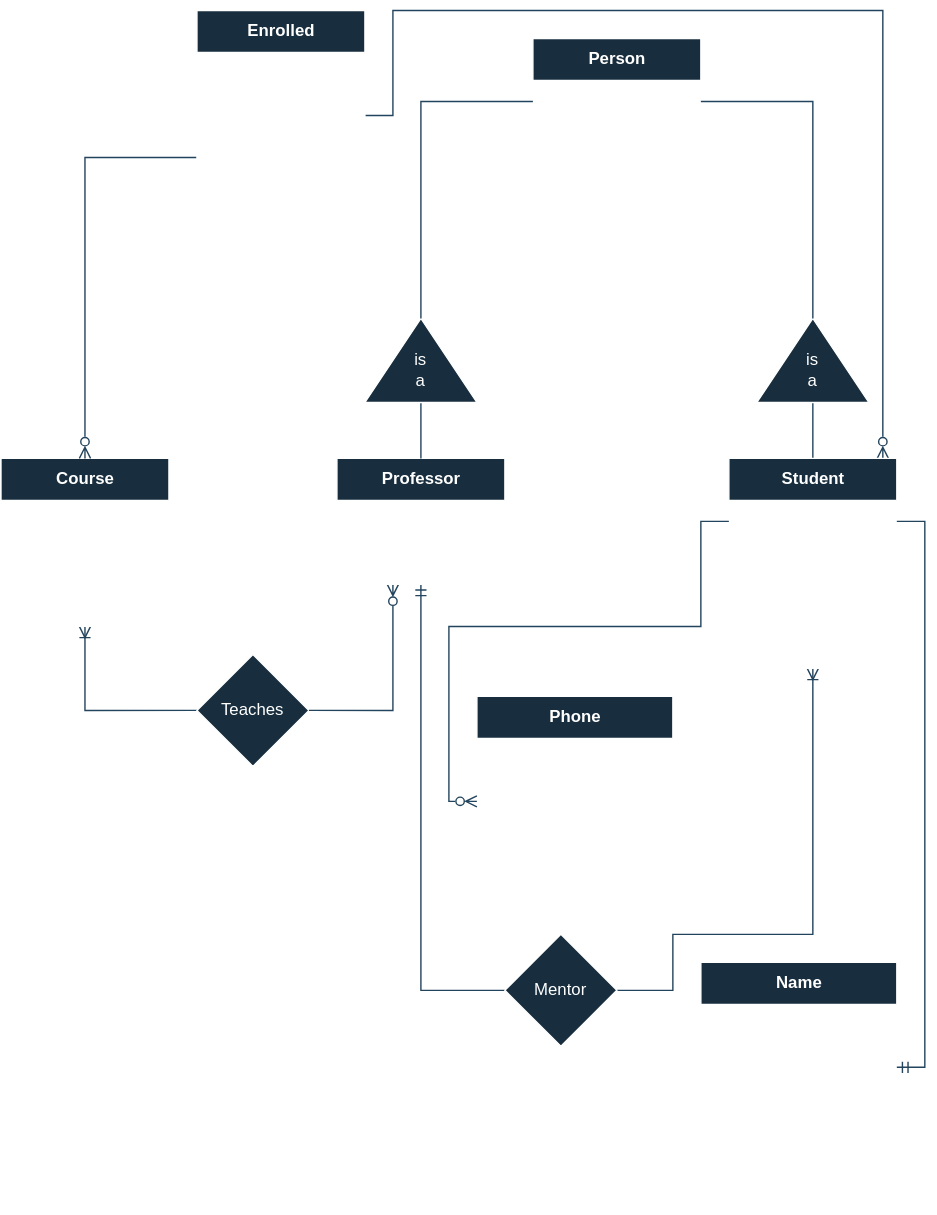
This is _2_projects/_2_2_university_relational_schema/UniversityRelationalSchema.svg from M4MD24/SQL-Database-Level-1-Part-of-Concepts-and-Practices-by-Programming-Advices, a draw.io export, as it was before one commit. Source tidied: cells renumbered, new cells last; positions are measured from the earlier drawing's top-left corner, leaving out a move shared by most shapes.
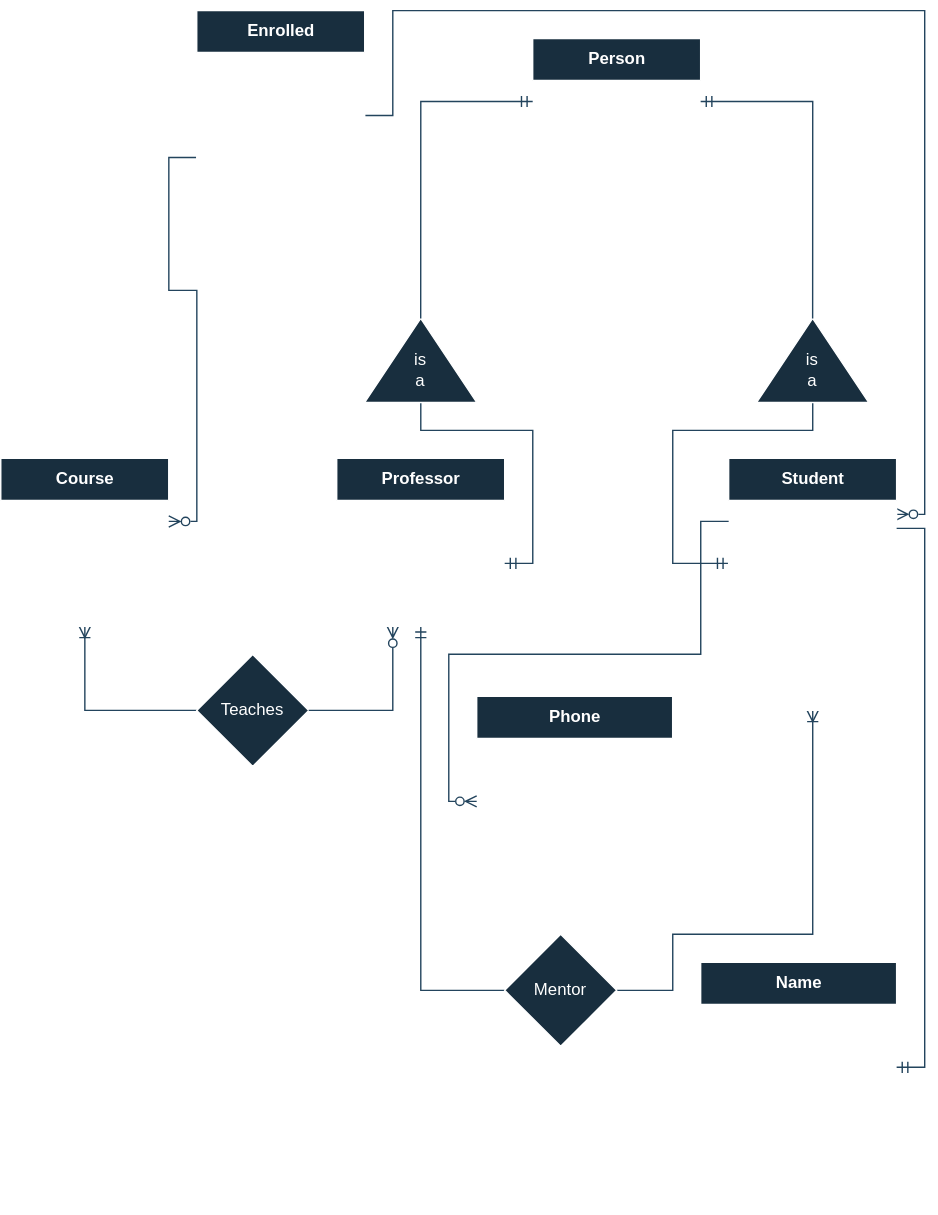
After the change.

Commit message:
Learn (Convert One-to-Many/Many-to-One to Relational Schema) Concept

What changed in the source:
```diff
@@ -57,7 +57,7 @@
       </mxGeometry>
     </mxCell>
     <mxCell id="16" value="Professor" style="shape=table;startSize=30;rowLines=0;fontStyle=1;align=center;html=1;labelBackgroundColor=none;fillColor=#182E3E;strokeColor=#FFFFFF;fontColor=#FFFFFF;" parent="1" vertex="1">
-      <mxGeometry x="240" y="320" width="120" height="90" as="geometry" />
+      <mxGeometry x="240" y="320" width="120" height="120" as="geometry" />
     </mxCell>
     <mxCell id="17" style="shape=tableRow;horizontal=0;startSize=0;swimlaneHead=0;swimlaneBody=0;fillColor=none;top=0;left=0;right=0;bottom=1;labelBackgroundColor=none;strokeColor=#FFFFFF;fontColor=#FFFFFF;" parent="16" vertex="1">
       <mxGeometry y="30" width="120" height="30" as="geometry" />
@@ -68,8 +68,17 @@
     <mxCell id="19" value="ID" style="shape=partialRectangle;fillColor=none;top=0;left=0;bottom=0;right=0;align=left;spacingLeft=6;fontStyle=5;overflow=hidden;whiteSpace=wrap;html=1;labelBackgroundColor=none;strokeColor=#FFFFFF;fontColor=#FFFFFF;" parent="17" vertex="1">
       <mxGeometry x="30" width="90" height="30" as="geometry" />
     </mxCell>
+    <mxCell id="100" style="shape=tableRow;horizontal=0;startSize=0;swimlaneHead=0;swimlaneBody=0;fillColor=none;points=[[0,0.5],[1,0.5]];portConstraint=eastwest;top=0;left=0;right=0;bottom=1;labelBackgroundColor=none;strokeColor=#FFFFFF;fontColor=#FFFFFF;" parent="16" vertex="1">
+      <mxGeometry y="60" width="120" height="30" as="geometry" />
+    </mxCell>
+    <mxCell id="101" value="FK" style="shape=partialRectangle;fillColor=none;top=0;left=0;bottom=0;right=0;fontStyle=1;overflow=hidden;whiteSpace=wrap;html=1;labelBackgroundColor=none;strokeColor=#FFFFFF;fontColor=#FFFFFF;" parent="100" vertex="1">
+      <mxGeometry width="30" height="30" as="geometry" />
+    </mxCell>
+    <mxCell id="102" value="PersonID" style="shape=partialRectangle;fillColor=none;top=0;left=0;bottom=0;right=0;align=left;spacingLeft=6;fontStyle=5;overflow=hidden;whiteSpace=wrap;html=1;labelBackgroundColor=none;strokeColor=#FFFFFF;fontColor=#FFFFFF;" parent="100" vertex="1">
+      <mxGeometry x="30" width="90" height="30" as="geometry" />
+    </mxCell>
     <mxCell id="20" style="shape=tableRow;horizontal=0;startSize=0;swimlaneHead=0;swimlaneBody=0;fillColor=none;top=0;left=0;right=0;bottom=0;labelBackgroundColor=none;strokeColor=#FFFFFF;fontColor=#FFFFFF;" parent="16" vertex="1">
-      <mxGeometry y="60" width="120" height="30" as="geometry" />
+      <mxGeometry y="90" width="120" height="30" as="geometry" />
     </mxCell>
     <mxCell id="21" style="shape=partialRectangle;fillColor=none;top=0;left=0;bottom=0;right=0;overflow=hidden;whiteSpace=wrap;html=1;labelBackgroundColor=none;strokeColor=#FFFFFF;fontColor=#FFFFFF;" parent="20" vertex="1">
       <mxGeometry width="30" height="30" as="geometry" />
@@ -98,26 +107,38 @@
     <mxCell id="29" value="Name" style="shape=partialRectangle;fillColor=none;top=0;left=0;bottom=0;right=0;align=left;spacingLeft=6;overflow=hidden;whiteSpace=wrap;html=1;labelBackgroundColor=none;strokeColor=#FFFFFF;fontColor=#FFFFFF;" parent="27" vertex="1">
       <mxGeometry x="30" width="90" height="30" as="geometry" />
     </mxCell>
-    <mxCell id="30" style="edgeStyle=orthogonalEdgeStyle;rounded=0;jettySize=auto;html=1;entryX=0.5;entryY=0;entryDx=0;entryDy=0;strokeColor=#23445D;align=center;verticalAlign=middle;fontFamily=Helvetica;fontSize=11;fontColor=default;labelBackgroundColor=default;startFill=0;endArrow=none;" parent="1" edge="1" source="31" target="16">
-      <mxGeometry relative="1" as="geometry" />
+    <mxCell id="30" style="edgeStyle=orthogonalEdgeStyle;rounded=0;jettySize=auto;html=1;strokeColor=#23445D;align=center;verticalAlign=middle;fontFamily=Helvetica;fontSize=11;fontColor=default;labelBackgroundColor=default;startFill=0;endArrow=ERmandOne;endFill=0;" parent="1" edge="1" source="31" target="100">
+      <mxGeometry relative="1" as="geometry">
+        <Array as="points">
+          <mxPoint x="300" y="300" />
+          <mxPoint x="380" y="300" />
+          <mxPoint x="380" y="395" />
+        </Array>
+      </mxGeometry>
     </mxCell>
     <mxCell id="31" value="&lt;div&gt;&lt;br&gt;&lt;/div&gt;is&lt;div&gt;a&lt;/div&gt;" style="triangle;whiteSpace=wrap;html=1;dashed=0;direction=north;strokeColor=#FFFFFF;fontColor=#FFFFFF;fillColor=#182E3E;points=[[0,0.25,0,0,0],[0,0.5,0,0,0],[0,0.75,0,0,0],[0.5,0,0,0,0],[0.5,1,0,0,0],[1,0.5,0,0,0]];" parent="1" vertex="1">
       <mxGeometry x="260" y="220" width="80" height="60" as="geometry" />
     </mxCell>
-    <mxCell id="32" style="edgeStyle=orthogonalEdgeStyle;rounded=0;jettySize=auto;html=1;entryX=1;entryY=0.5;entryDx=0;entryDy=0;entryPerimeter=0;strokeColor=#23445D;endArrow=none;startFill=0;" parent="1" edge="1" source="23" target="31">
+    <mxCell id="32" style="edgeStyle=orthogonalEdgeStyle;rounded=0;jettySize=auto;html=1;entryX=1;entryY=0.5;entryDx=0;entryDy=0;entryPerimeter=0;strokeColor=#23445D;endArrow=none;startFill=0;align=center;verticalAlign=middle;fontFamily=Helvetica;fontSize=11;fontColor=default;labelBackgroundColor=default;startArrow=ERmandOne;" parent="1" edge="1" source="23" target="31">
       <mxGeometry relative="1" as="geometry">
         <Array as="points">
           <mxPoint x="300" y="65" />
         </Array>
       </mxGeometry>
     </mxCell>
-    <mxCell id="33" style="edgeStyle=orthogonalEdgeStyle;rounded=0;jettySize=auto;html=1;entryX=0.5;entryY=0;entryDx=0;entryDy=0;strokeColor=#23445D;align=center;verticalAlign=middle;fontFamily=Helvetica;fontSize=11;fontColor=default;labelBackgroundColor=default;startFill=0;endArrow=none;" parent="1" edge="1" source="34" target="38">
-      <mxGeometry relative="1" as="geometry" />
+    <mxCell id="33" style="edgeStyle=orthogonalEdgeStyle;rounded=0;jettySize=auto;html=1;strokeColor=#23445D;align=center;verticalAlign=middle;fontFamily=Helvetica;fontSize=11;fontColor=default;labelBackgroundColor=default;startFill=0;endArrow=ERmandOne;endFill=0;" parent="1" edge="1" source="34" target="103">
+      <mxGeometry relative="1" as="geometry">
+        <Array as="points">
+          <mxPoint x="580" y="300" />
+          <mxPoint x="480" y="300" />
+          <mxPoint x="480" y="395" />
+        </Array>
+      </mxGeometry>
     </mxCell>
     <mxCell id="34" value="&lt;div&gt;&lt;br&gt;&lt;/div&gt;is&lt;div&gt;a&lt;/div&gt;" style="triangle;whiteSpace=wrap;html=1;dashed=0;direction=north;strokeColor=#FFFFFF;fontColor=#FFFFFF;fillColor=#182E3E;points=[[0,0.25,0,0,0],[0,0.5,0,0,0],[0,0.75,0,0,0],[0.5,0,0,0,0],[0.5,1,0,0,0],[1,0.5,0,0,0]];" parent="1" vertex="1">
       <mxGeometry x="540" y="220" width="80" height="60" as="geometry" />
     </mxCell>
-    <mxCell id="35" style="edgeStyle=orthogonalEdgeStyle;rounded=0;jettySize=auto;html=1;entryX=1;entryY=0.5;entryDx=0;entryDy=0;entryPerimeter=0;strokeColor=#23445D;align=center;verticalAlign=middle;fontFamily=Helvetica;fontSize=11;fontColor=default;labelBackgroundColor=default;startFill=0;endArrow=none;" parent="1" edge="1" source="24" target="34">
+    <mxCell id="35" style="edgeStyle=orthogonalEdgeStyle;rounded=0;jettySize=auto;html=1;entryX=1;entryY=0.5;entryDx=0;entryDy=0;entryPerimeter=0;strokeColor=#23445D;align=center;verticalAlign=middle;fontFamily=Helvetica;fontSize=11;fontColor=default;labelBackgroundColor=default;startFill=0;endArrow=none;startArrow=ERmandOne;" parent="1" edge="1" source="24" target="34">
       <mxGeometry relative="1" as="geometry" />
     </mxCell>
     <mxCell id="36" style="edgeStyle=orthogonalEdgeStyle;rounded=0;jettySize=auto;html=1;strokeColor=#23445D;entryX=1;entryY=0.5;entryDx=0;entryDy=0;align=center;verticalAlign=middle;fontFamily=Helvetica;fontSize=11;fontColor=default;labelBackgroundColor=default;startArrow=ERoneToMany;startFill=0;endArrow=none;" parent="1" edge="1" source="38" target="82">
@@ -129,17 +150,18 @@
         </Array>
       </mxGeometry>
     </mxCell>
-    <mxCell id="37" style="edgeStyle=orthogonalEdgeStyle;rounded=0;jettySize=auto;html=1;strokeColor=#23445D;entryX=1;entryY=0.5;entryDx=0;entryDy=0;align=center;verticalAlign=middle;fontFamily=Helvetica;fontSize=11;fontColor=default;labelBackgroundColor=default;startArrow=ERzeroToMany;startFill=0;endArrow=none;" parent="1" edge="1" source="38" target="88">
+    <mxCell id="37" style="edgeStyle=orthogonalEdgeStyle;rounded=0;jettySize=auto;html=1;strokeColor=#23445D;entryX=1;entryY=0.5;entryDx=0;entryDy=0;align=center;verticalAlign=middle;fontFamily=Helvetica;fontSize=11;fontColor=default;labelBackgroundColor=default;startArrow=ERzeroToMany;startFill=0;endArrow=none;" parent="1" edge="1" source="39" target="88">
       <mxGeometry relative="1" as="geometry">
         <Array as="points">
-          <mxPoint x="630" />
+          <mxPoint x="660" y="360" />
+          <mxPoint x="660" />
           <mxPoint x="280" />
           <mxPoint x="280" y="75" />
         </Array>
       </mxGeometry>
     </mxCell>
     <mxCell id="38" value="Student" style="shape=table;startSize=30;rowLines=0;fontStyle=1;align=center;html=1;labelBackgroundColor=none;fillColor=#182E3E;strokeColor=#FFFFFF;fontColor=#FFFFFF;" parent="1" vertex="1">
-      <mxGeometry x="520" y="320" width="120" height="150" as="geometry" />
+      <mxGeometry x="520" y="320" width="120" height="180" as="geometry" />
     </mxCell>
     <mxCell id="39" style="shape=tableRow;horizontal=0;startSize=0;swimlaneHead=0;swimlaneBody=0;fillColor=none;points=[[0,0.5],[1,0.5]];portConstraint=eastwest;top=0;left=0;right=0;bottom=1;labelBackgroundColor=none;strokeColor=#FFFFFF;fontColor=#FFFFFF;" parent="38" vertex="1">
       <mxGeometry y="30" width="120" height="30" as="geometry" />
@@ -150,8 +172,17 @@
     <mxCell id="41" value="ID" style="shape=partialRectangle;fillColor=none;top=0;left=0;bottom=0;right=0;align=left;spacingLeft=6;fontStyle=5;overflow=hidden;whiteSpace=wrap;html=1;labelBackgroundColor=none;strokeColor=#FFFFFF;fontColor=#FFFFFF;" parent="39" vertex="1">
       <mxGeometry x="30" width="90" height="30" as="geometry" />
     </mxCell>
+    <mxCell id="103" style="shape=tableRow;horizontal=0;startSize=0;swimlaneHead=0;swimlaneBody=0;fillColor=none;points=[[0,0.5],[1,0.5]];portConstraint=eastwest;top=0;left=0;right=0;bottom=1;labelBackgroundColor=none;strokeColor=#FFFFFF;fontColor=#FFFFFF;" parent="38" vertex="1">
+      <mxGeometry y="60" width="120" height="30" as="geometry" />
+    </mxCell>
+    <mxCell id="104" value="FK" style="shape=partialRectangle;fillColor=none;top=0;left=0;bottom=0;right=0;fontStyle=1;overflow=hidden;whiteSpace=wrap;html=1;labelBackgroundColor=none;strokeColor=#FFFFFF;fontColor=#FFFFFF;" parent="103" vertex="1">
+      <mxGeometry width="30" height="30" as="geometry" />
+    </mxCell>
+    <mxCell id="105" value="PersonID" style="shape=partialRectangle;fillColor=none;top=0;left=0;bottom=0;right=0;align=left;spacingLeft=6;fontStyle=5;overflow=hidden;whiteSpace=wrap;html=1;labelBackgroundColor=none;strokeColor=#FFFFFF;fontColor=#FFFFFF;" parent="103" vertex="1">
+      <mxGeometry x="30" width="90" height="30" as="geometry" />
+    </mxCell>
     <mxCell id="42" style="shape=tableRow;horizontal=0;startSize=0;swimlaneHead=0;swimlaneBody=0;fillColor=none;top=0;left=0;right=0;bottom=0;labelBackgroundColor=none;strokeColor=#FFFFFF;fontColor=#FFFFFF;" parent="38" vertex="1">
-      <mxGeometry y="60" width="120" height="30" as="geometry" />
+      <mxGeometry y="90" width="120" height="30" as="geometry" />
     </mxCell>
     <mxCell id="43" style="shape=partialRectangle;fillColor=none;top=0;left=0;bottom=0;right=0;overflow=hidden;whiteSpace=wrap;html=1;labelBackgroundColor=none;strokeColor=#FFFFFF;fontColor=#FFFFFF;" parent="42" vertex="1">
       <mxGeometry width="30" height="30" as="geometry" />
@@ -160,7 +191,7 @@
       <mxGeometry x="30" width="90" height="30" as="geometry" />
     </mxCell>
     <mxCell id="45" style="shape=tableRow;horizontal=0;startSize=0;swimlaneHead=0;swimlaneBody=0;fillColor=none;top=0;left=0;right=0;bottom=0;labelBackgroundColor=none;strokeColor=#FFFFFF;fontColor=#FFFFFF;" parent="38" vertex="1">
-      <mxGeometry y="90" width="120" height="30" as="geometry" />
+      <mxGeometry y="120" width="120" height="30" as="geometry" />
     </mxCell>
     <mxCell id="46" value="&lt;span style=&quot;white-space: pre;&quot;&gt;&#9;&lt;/span&gt;" style="shape=partialRectangle;fillColor=none;top=0;left=0;bottom=0;right=0;overflow=hidden;whiteSpace=wrap;html=1;labelBackgroundColor=none;strokeColor=#FFFFFF;fontColor=#FFFFFF;" parent="45" vertex="1">
       <mxGeometry width="30" height="30" as="geometry" />
@@ -169,7 +200,7 @@
       <mxGeometry x="30" width="90" height="30" as="geometry" />
     </mxCell>
     <mxCell id="48" style="shape=tableRow;horizontal=0;startSize=0;swimlaneHead=0;swimlaneBody=0;fillColor=none;top=0;left=0;right=0;bottom=0;labelBackgroundColor=none;strokeColor=#FFFFFF;fontColor=#FFFFFF;" parent="38" vertex="1">
-      <mxGeometry y="120" width="120" height="30" as="geometry" />
+      <mxGeometry y="150" width="120" height="30" as="geometry" />
     </mxCell>
     <mxCell id="49" value="&lt;span style=&quot;white-space: pre;&quot;&gt;&#9;&lt;/span&gt;" style="shape=partialRectangle;fillColor=none;top=0;left=0;bottom=0;right=0;overflow=hidden;whiteSpace=wrap;html=1;labelBackgroundColor=none;strokeColor=#FFFFFF;fontColor=#FFFFFF;" parent="48" vertex="1">
       <mxGeometry width="30" height="30" as="geometry" />
@@ -228,7 +259,7 @@
     <mxCell id="67" style="edgeStyle=orthogonalEdgeStyle;rounded=0;jettySize=auto;html=1;strokeColor=#23445D;align=center;verticalAlign=middle;fontFamily=Helvetica;fontSize=11;fontColor=default;labelBackgroundColor=default;startFill=0;endArrow=ERmandOne;startArrow=none;endFill=0;" parent="1" edge="1" source="39" target="55">
       <mxGeometry relative="1" as="geometry">
         <Array as="points">
-          <mxPoint x="660" y="365" />
+          <mxPoint x="660" y="370" />
           <mxPoint x="660" y="755" />
         </Array>
       </mxGeometry>
@@ -276,8 +307,8 @@
       <mxGeometry relative="1" as="geometry">
         <Array as="points">
           <mxPoint x="500" y="365" />
-          <mxPoint x="500" y="440" />
-          <mxPoint x="320" y="440" />
+          <mxPoint x="500" y="460" />
+          <mxPoint x="320" y="460" />
           <mxPoint x="320" y="565" />
         </Array>
       </mxGeometry>
@@ -285,8 +316,15 @@
     <mxCell id="82" value="Mentor" style="shape=rhombus;perimeter=rhombusPerimeter;whiteSpace=wrap;html=1;align=center;labelBackgroundColor=none;fillColor=#182E3E;strokeColor=#FFFFFF;fontColor=#FFFFFF;" parent="1" vertex="1">
       <mxGeometry x="360" y="660" width="80" height="80" as="geometry" />
     </mxCell>
-    <mxCell id="83" style="edgeStyle=orthogonalEdgeStyle;rounded=0;jettySize=auto;html=1;entryX=0.5;entryY=0;entryDx=0;entryDy=0;strokeColor=#23445D;align=center;verticalAlign=middle;fontFamily=Helvetica;fontSize=11;fontColor=default;labelBackgroundColor=default;startArrow=none;startFill=0;endArrow=ERzeroToMany;endFill=0;exitX=0;exitY=0.5;exitDx=0;exitDy=0;" parent="1" edge="1" source="91" target="3">
-      <mxGeometry relative="1" as="geometry" />
+    <mxCell id="83" style="edgeStyle=orthogonalEdgeStyle;rounded=0;jettySize=auto;html=1;strokeColor=#23445D;align=center;verticalAlign=middle;fontFamily=Helvetica;fontSize=11;fontColor=default;labelBackgroundColor=default;startArrow=none;startFill=0;endArrow=ERzeroToMany;endFill=0;exitX=0;exitY=0.5;exitDx=0;exitDy=0;" parent="1" edge="1" source="91" target="4">
+      <mxGeometry relative="1" as="geometry">
+        <Array as="points">
+          <mxPoint x="120" y="105" />
+          <mxPoint x="120" y="200" />
+          <mxPoint x="140" y="200" />
+          <mxPoint x="140" y="365" />
+        </Array>
+      </mxGeometry>
     </mxCell>
     <mxCell id="84" value="Enrolled" style="shape=table;startSize=30;rowLines=0;fontStyle=1;align=center;html=1;labelBackgroundColor=none;fillColor=#182E3E;strokeColor=#FFFFFF;fontColor=#FFFFFF;" parent="1" vertex="1">
       <mxGeometry x="140" width="120" height="180" as="geometry" />
```
